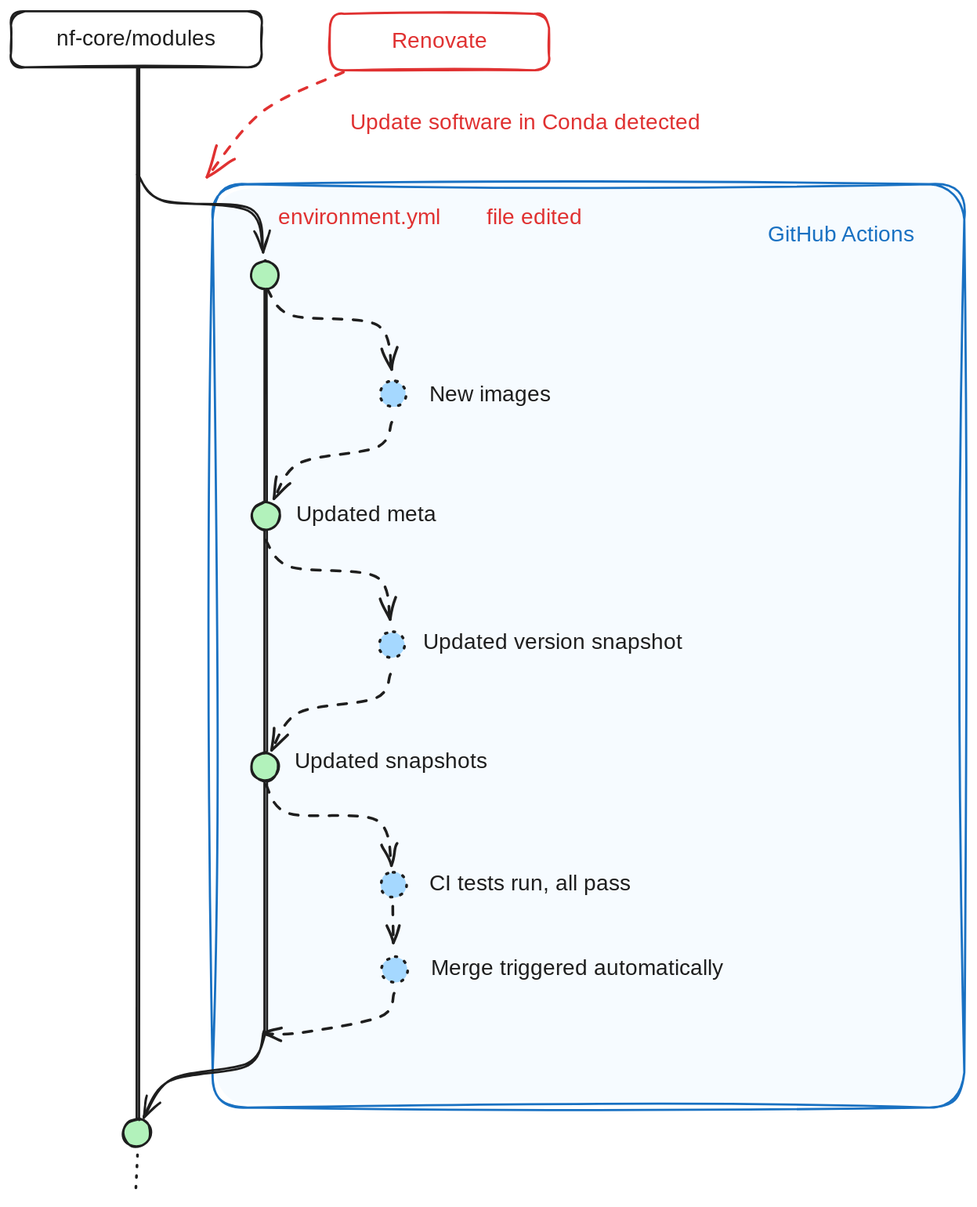
This is sites/main-site/src/assets/images/blog/seqera-containers-part-2/renovate_flow.excalidraw.svg from nf-core/website, a Excalidraw export, as it was before one commit. Source tidied: one line per element, renumbered; positions are measured from the earlier drawing's top-left corner, leaving out a move shared by most shapes.
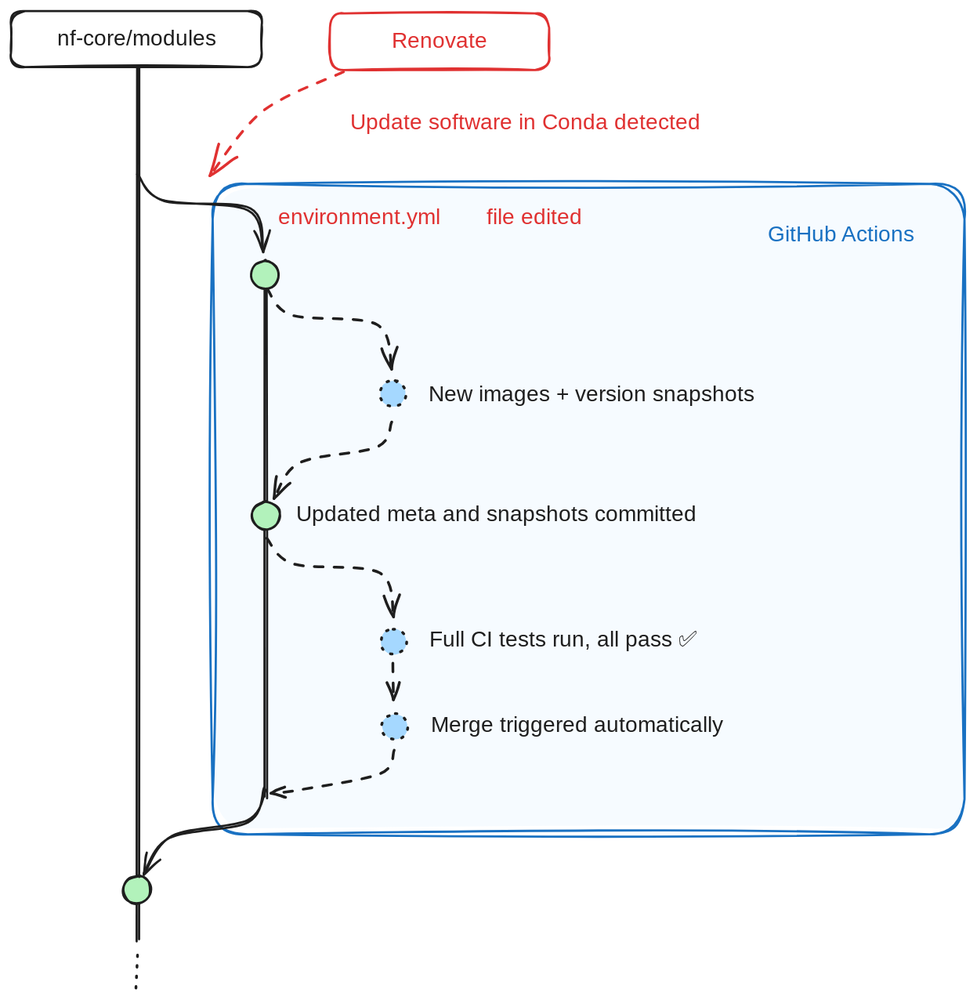
After the commit.

Commit message:
Text updates, clarify nf-test snapshots with stub

Diff of the diagram source:
```diff
@@ -1,37 +1,31 @@
-{"id": 0, "type": "rectangle", "strokeColor": "transparent", "backgroundColor": "#a5d8ff", "fillStyle": "solid", "strokeWidth": 2, "roughness": 2, "opacity": 10, "round": true, "x": 185, "y": 161, "width": 685, "height": 834}
+{"id": 0, "type": "rectangle", "strokeColor": "transparent", "backgroundColor": "#a5d8ff", "fillStyle": "solid", "strokeWidth": 2, "roughness": 2, "opacity": 10, "round": true, "x": 185, "y": 162, "width": 685, "height": 583}
-{"id": 1, "type": "line", "strokeColor": "#1e1e1e", "strokeWidth": 2, "roughness": 1, "round": true, "x": 232, "y": 254, "width": 0, "height": 678, "points": [[0, 0], [0, 678]]}
+{"id": 1, "type": "line", "strokeColor": "#1e1e1e", "strokeWidth": 2, "roughness": 1, "round": true, "x": 232, "y": 254, "width": 0, "height": 462, "points": [[0, 0], [0, 462]]}
-{"id": 2, "type": "rectangle", "strokeColor": "#1971c2", "strokeWidth": 2, "roughness": 2, "round": true, "x": 184, "y": 158, "width": 685, "height": 842}
+{"id": 2, "type": "rectangle", "strokeColor": "#1971c2", "strokeWidth": 2, "roughness": 2, "round": true, "x": 184, "y": 158, "width": 685, "height": 593}
 {"id": 3, "type": "rectangle", "strokeColor": "#1e1e1e", "strokeWidth": 2, "roughness": 1, "round": true, "x": 0, "y": 0, "width": 229, "height": 51}
 {"id": 4, "type": "text", "text": "nf-core/modules", "strokeColor": "#1e1e1e", "strokeWidth": 2, "roughness": 1, "fontSize": 20, "fontFamily": 3, "textAlign": "center", "verticalAlign": "middle", "inside": 3, "x": 26, "y": 14, "width": 176, "height": 24}
 {"id": 5, "type": "text", "text": "file edited", "strokeColor": "#e03131", "strokeWidth": 2, "roughness": 1, "fontSize": 20, "fontFamily": 1, "x": 434, "y": 176, "width": 101, "height": 25}
 {"id": 6, "type": "text", "text": "environment.yml", "strokeColor": "#e03131", "strokeWidth": 2, "roughness": 1, "fontSize": 20, "fontFamily": 3, "x": 243, "y": 176, "width": 176, "height": 24}
-{"id": 7, "type": "line", "strokeColor": "#1e1e1e", "strokeWidth": 2, "roughness": 1, "round": true, "x": 116, "y": 52, "width": 0, "height": 974, "points": [[0, 0], [0, 974]]}
+{"id": 7, "type": "line", "strokeColor": "#1e1e1e", "strokeWidth": 2, "roughness": 1, "round": true, "x": 116, "y": 52, "width": 0, "height": 796, "points": [[0, 0], [0, 796]]}
 {"id": 8, "type": "ellipse", "strokeColor": "#1e1e1e", "backgroundColor": "#b2f2bb", "fillStyle": "solid", "strokeWidth": 2, "roughness": 1, "round": true, "x": 219, "y": 228, "width": 25, "height": 25}
-{"id": 9, "type": "text", "text": "New images", "strokeColor": "#1e1e1e", "backgroundColor": "#b2f2bb", "fillStyle": "solid", "strokeWidth": 2, "roughness": 1, "fontSize": 20, "fontFamily": 1, "x": 381, "y": 338, "width": 108, "height": 25}
+{"id": 9, "type": "text", "text": "New images + version snapshots", "strokeColor": "#1e1e1e", "backgroundColor": "#b2f2bb", "fillStyle": "solid", "strokeWidth": 2, "roughness": 1, "fontSize": 20, "fontFamily": 1, "x": 381, "y": 338, "width": 314, "height": 25}
-{"id": 10, "type": "ellipse", "strokeColor": "#1e1e1e", "backgroundColor": "#a5d8ff", "fillStyle": "solid", "strokeWidth": 2, "strokeStyle": "dotted", "roughness": 1, "round": true, "x": 337, "y": 337, "width": 24, "height": 24}
+{"id": 10, "type": "ellipse", "strokeColor": "#1e1e1e", "backgroundColor": "#a5d8ff", "fillStyle": "solid", "strokeWidth": 2, "strokeStyle": "dotted", "roughness": 1, "round": true, "x": 336, "y": 337, "width": 24, "height": 24}
 {"id": 11, "type": "arrow", "strokeColor": "#1e1e1e", "backgroundColor": "#a5d8ff", "fillStyle": "solid", "strokeWidth": 2, "strokeStyle": "dashed", "roughness": 1, "endArrowhead": "arrow", "round": true, "from": 8, "to": 10, "x": 232, "y": 254, "width": 115, "height": 72, "points": [[0, 0], [23, 24], [102, 32], [115, 72]]}
 {"id": 12, "type": "ellipse", "strokeColor": "#1e1e1e", "backgroundColor": "#b2f2bb", "fillStyle": "solid", "strokeWidth": 2, "roughness": 1, "round": true, "x": 220, "y": 447, "width": 25, "height": 25}
 {"id": 13, "type": "arrow", "strokeColor": "#1e1e1e", "backgroundColor": "#a5d8ff", "fillStyle": "solid", "strokeWidth": 2, "strokeStyle": "dashed", "roughness": 1, "endArrowhead": "arrow", "round": true, "from": 10, "to": 12, "x": 348, "y": 375, "width": 109, "height": 69, "points": [[0, 0], [-14, 22], [-85, 37], [-109, 69]]}
-{"id": 14, "type": "text", "text": "Updated meta", "strokeColor": "#1e1e1e", "strokeWidth": 2, "roughness": 1, "fontSize": 20, "fontFamily": 1, "x": 260, "y": 447, "width": 141, "height": 25}
+{"id": 14, "type": "text", "text": "Updated meta and snapshots committed", "strokeColor": "#1e1e1e", "strokeWidth": 2, "roughness": 1, "fontSize": 20, "fontFamily": 1, "x": 260, "y": 447, "width": 398, "height": 25}
 {"id": 15, "type": "text", "text": "GitHub Actions", "strokeColor": "#1971c2", "strokeWidth": 2, "roughness": 2, "fontSize": 20, "fontFamily": 1, "x": 690, "y": 192, "width": 144, "height": 25}
-{"id": 16, "type": "line", "strokeColor": "#1e1e1e", "strokeWidth": 2, "strokeStyle": "dotted", "roughness": 2, "round": true, "x": 114, "y": 1042, "width": 0, "height": 37, "points": [[0, 0], [0, 37]]}
+{"id": 16, "type": "line", "strokeColor": "#1e1e1e", "strokeWidth": 2, "strokeStyle": "dotted", "roughness": 2, "round": true, "x": 114, "y": 860, "width": 0, "height": 37, "points": [[0, 0], [0, 37]]}
 {"id": 17, "type": "text", "text": "Update software in Conda detected", "strokeColor": "#e03131", "strokeWidth": 2, "roughness": 1, "fontSize": 20, "fontFamily": 1, "x": 310, "y": 90, "width": 359, "height": 25}
 {"id": 18, "type": "rectangle", "strokeColor": "#e03131", "strokeWidth": 2, "roughness": 1, "round": true, "x": 291, "y": 2, "width": 200, "height": 52}
 {"id": 19, "type": "text", "text": "Renovate", "strokeColor": "#e03131", "strokeWidth": 2, "roughness": 1, "fontSize": 20, "fontFamily": 1, "textAlign": "center", "verticalAlign": "middle", "inside": 18, "x": 345, "y": 15, "width": 91, "height": 25}
+{"id": 37, "type": "arrow", "strokeColor": "#1e1e1e", "backgroundColor": "#a5d8ff", "fillStyle": "solid", "strokeWidth": 2, "strokeStyle": "dashed", "roughness": 1, "endArrowhead": "arrow", "round": true, "from": 12, "to": 21, "x": 234, "y": 481, "width": 115, "height": 72, "points": [[0, 0], [23, 24], [102, 32], [115, 72]]}
-{"id": 20, "type": "text", "text": "CI tests run, all pass", "strokeColor": "#1e1e1e", "backgroundColor": "#b2f2bb", "fillStyle": "solid", "strokeWidth": 2, "roughness": 1, "fontSize": 20, "fontFamily": 1, "x": 382, "y": 783, "width": 222, "height": 25}
+{"id": 20, "type": "text", "text": "Full CI tests run, all pass ✅", "strokeColor": "#1e1e1e", "backgroundColor": "#b2f2bb", "fillStyle": "solid", "strokeWidth": 2, "roughness": 1, "fontSize": 20, "fontFamily": 1, "x": 382, "y": 561, "width": 298, "height": 25}
-{"id": 21, "type": "ellipse", "strokeColor": "#1e1e1e", "backgroundColor": "#a5d8ff", "fillStyle": "solid", "strokeWidth": 2, "strokeStyle": "dotted", "roughness": 1, "round": true, "x": 337, "y": 784, "width": 24, "height": 24}
+{"id": 21, "type": "ellipse", "strokeColor": "#1e1e1e", "backgroundColor": "#a5d8ff", "fillStyle": "solid", "strokeWidth": 2, "strokeStyle": "dotted", "roughness": 1, "round": true, "x": 337, "y": 563, "width": 24, "height": 24}
 {"id": 22, "type": "arrow", "strokeColor": "#1e1e1e", "backgroundColor": "#a5d8ff", "fillStyle": "solid", "strokeWidth": 2, "roughness": 1, "endArrowhead": "arrow", "round": true, "to": 8, "x": 115, "y": 149, "width": 115, "height": 72, "points": [[0, 0], [23, 24], [102, 32], [115, 72]]}
-{"id": 23, "type": "arrow", "strokeColor": "#e03131", "strokeWidth": 2, "strokeStyle": "dashed", "roughness": 1, "endArrowhead": "arrow", "round": true, "from": 18, "to": 2, "x": 303, "y": 56, "width": 125, "height": 95, "points": [[0, 0], [-72, 35], [-125, 95]]}
+{"id": 23, "type": "arrow", "strokeColor": "#e03131", "strokeWidth": 2, "strokeStyle": "dashed", "roughness": 1, "endArrowhead": "arrow", "round": true, "from": 18, "to": 2, "x": 303, "y": 56, "width": 122, "height": 94, "points": [[0, 0], [-72, 35], [-122, 94]]}
-{"id": 24, "type": "arrow", "strokeColor": "#1e1e1e", "backgroundColor": "#a5d8ff", "fillStyle": "solid", "strokeWidth": 2, "roughness": 1, "endArrowhead": "arrow", "round": true, "to": 28, "x": 232, "y": 930, "width": 110, "height": 77, "points": [[0, 0], [-15, 30], [-86, 44], [-110, 77]]}
+{"id": 24, "type": "arrow", "strokeColor": "#1e1e1e", "backgroundColor": "#a5d8ff", "fillStyle": "solid", "strokeWidth": 2, "roughness": 1, "endArrowhead": "arrow", "round": true, "to": 28, "x": 232, "y": 709, "width": 110, "height": 77, "points": [[0, 0], [-15, 30], [-86, 44], [-110, 77]]}
-{"id": 25, "type": "text", "text": "Merge triggered automatically", "strokeColor": "#1e1e1e", "backgroundColor": "#b2f2bb", "fillStyle": "solid", "strokeWidth": 2, "roughness": 1, "fontSize": 20, "fontFamily": 1, "x": 383, "y": 861, "width": 294, "height": 25}
+{"id": 25, "type": "text", "text": "Merge triggered automatically", "strokeColor": "#1e1e1e", "backgroundColor": "#b2f2bb", "fillStyle": "solid", "strokeWidth": 2, "roughness": 1, "fontSize": 20, "fontFamily": 1, "x": 383, "y": 639, "width": 294, "height": 25}
-{"id": 26, "type": "ellipse", "strokeColor": "#1e1e1e", "backgroundColor": "#a5d8ff", "fillStyle": "solid", "strokeWidth": 2, "strokeStyle": "dotted", "roughness": 1, "round": true, "x": 338, "y": 862, "width": 24, "height": 24}
+{"id": 26, "type": "ellipse", "strokeColor": "#1e1e1e", "backgroundColor": "#a5d8ff", "fillStyle": "solid", "strokeWidth": 2, "strokeStyle": "dotted", "roughness": 1, "round": true, "x": 338, "y": 641, "width": 24, "height": 24}
-{"id": 27, "type": "arrow", "strokeColor": "#1e1e1e", "backgroundColor": "#a5d8ff", "fillStyle": "solid", "strokeWidth": 2, "strokeStyle": "dashed", "roughness": 1, "endArrowhead": "arrow", "round": true, "from": 21, "to": 26, "x": 349, "y": 815, "width": 0, "height": 33, "points": [[0, 0], [0, 33]]}
+{"id": 27, "type": "arrow", "strokeColor": "#1e1e1e", "backgroundColor": "#a5d8ff", "fillStyle": "solid", "strokeWidth": 2, "strokeStyle": "dashed", "roughness": 1, "endArrowhead": "arrow", "round": true, "from": 21, "to": 26, "x": 349, "y": 594, "width": 0, "height": 33, "points": [[0, 0], [0, 33]]}
-{"id": 28, "type": "ellipse", "strokeColor": "#1e1e1e", "backgroundColor": "#b2f2bb", "fillStyle": "solid", "strokeWidth": 2, "roughness": 1, "round": true, "x": 102, "y": 1010, "width": 25, "height": 25}
+{"id": 28, "type": "ellipse", "strokeColor": "#1e1e1e", "backgroundColor": "#b2f2bb", "fillStyle": "solid", "strokeWidth": 2, "roughness": 1, "round": true, "x": 102, "y": 788, "width": 25, "height": 25}
-{"id": 29, "type": "arrow", "strokeColor": "#1e1e1e", "backgroundColor": "#a5d8ff", "fillStyle": "solid", "strokeWidth": 2, "strokeStyle": "dashed", "roughness": 1, "endArrowhead": "arrow", "round": true, "from": 26, "x": 350, "y": 895, "width": 119, "height": 36, "points": [[0, 0], [-14, 22], [-85, 36], [-119, 36]]}
+{"id": 29, "type": "arrow", "strokeColor": "#1e1e1e", "backgroundColor": "#a5d8ff", "fillStyle": "solid", "strokeWidth": 2, "strokeStyle": "dashed", "roughness": 1, "endArrowhead": "arrow", "round": true, "from": 26, "x": 350, "y": 674, "width": 112, "height": 39, "points": [[0, 0], [-14, 22], [-85, 36], [-112, 39]]}
-{"id": 30, "type": "ellipse", "strokeColor": "#1e1e1e", "backgroundColor": "#a5d8ff", "fillStyle": "solid", "strokeWidth": 2, "strokeStyle": "dotted", "roughness": 1, "round": true, "x": 336, "y": 566, "width": 24, "height": 24}
-{"id": 31, "type": "arrow", "strokeColor": "#1e1e1e", "backgroundColor": "#a5d8ff", "fillStyle": "solid", "strokeWidth": 2, "strokeStyle": "dashed", "roughness": 1, "endArrowhead": "arrow", "round": true, "from": 12, "to": 30, "x": 231, "y": 483, "width": 115, "height": 72, "points": [[0, 0], [23, 24], [102, 32], [115, 72]]}
-{"id": 32, "type": "ellipse", "strokeColor": "#1e1e1e", "backgroundColor": "#b2f2bb", "fillStyle": "solid", "strokeWidth": 2, "roughness": 1, "round": true, "x": 219, "y": 676, "width": 25, "height": 25}
-{"id": 33, "type": "arrow", "strokeColor": "#1e1e1e", "backgroundColor": "#a5d8ff", "fillStyle": "solid", "strokeWidth": 2, "strokeStyle": "dashed", "roughness": 1, "endArrowhead": "arrow", "round": true, "from": 30, "to": 32, "x": 347, "y": 604, "width": 109, "height": 69, "points": [[0, 0], [-14, 22], [-85, 37], [-109, 69]]}
-{"id": 34, "type": "arrow", "strokeColor": "#1e1e1e", "backgroundColor": "#a5d8ff", "fillStyle": "solid", "strokeWidth": 2, "strokeStyle": "dashed", "roughness": 1, "endArrowhead": "arrow", "round": true, "from": 32, "to": 21, "x": 231, "y": 706, "width": 115, "height": 72, "points": [[0, 0], [23, 24], [102, 32], [115, 72]]}
-{"id": 35, "type": "text", "text": "Updated snapshots", "strokeColor": "#1e1e1e", "strokeWidth": 2, "roughness": 1, "fontSize": 20, "fontFamily": 1, "x": 259, "y": 672, "width": 190, "height": 25}
-{"id": 36, "type": "text", "text": "Updated version snapshot", "strokeColor": "#1e1e1e", "backgroundColor": "#b2f2bb", "fillStyle": "solid", "strokeWidth": 2, "roughness": 1, "fontSize": 20, "fontFamily": 1, "x": 376, "y": 563, "width": 255, "height": 25}
```
